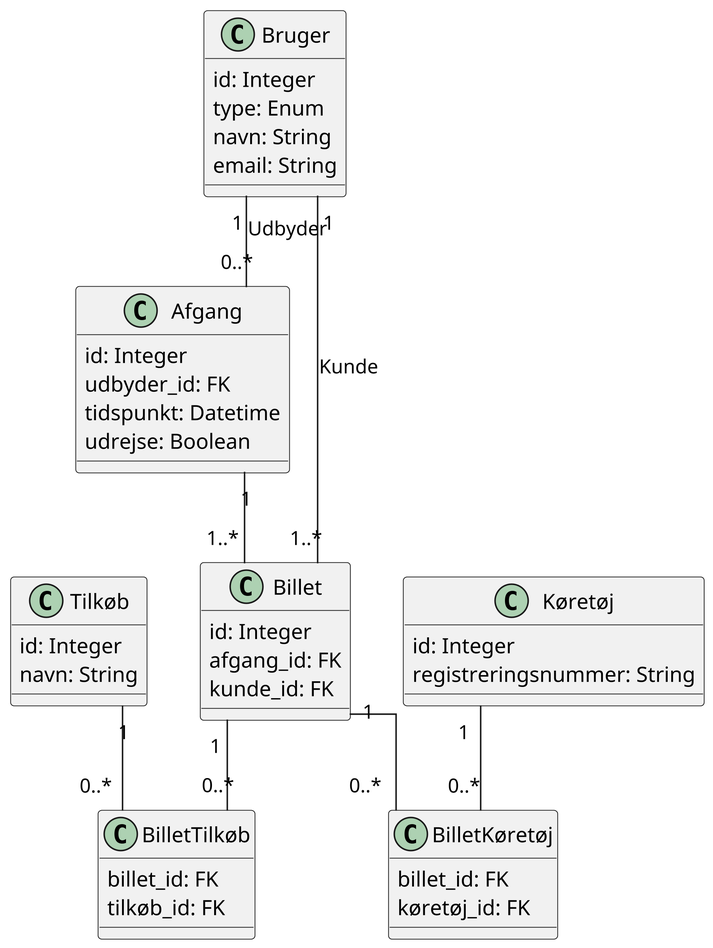
The PlantUML diagram documentation/data_model.png in marc8193/H6PD080126, before a commit. Source of this version:
```plantuml
@startuml
skinparam linetype ortho
skinparam dpi 400

class Bruger {
  id: Integer
  type: Enum
  navn: String
  email: String
}

class Afgang {
  id: Integer
  udbyder_id: FK
  tidspunkt: Datetime
  udrejse: Boolean
}

class Billet {
  id: Integer
  afgang_id: FK
  kunde_id: FK
}

class Tilkøb {
  id: Integer
  navn: String
}

class BilletTilkøb {
  billet_id: FK
  tilkøb_id: FK
}

class Køretøj {
  id: Integer
  registreringsnummer: String
}

class BilletKøretøj {
  billet_id: FK
  køretøj_id: FK
}

Bruger "1" -- "0..*" Afgang: Udbyder
Afgang "1" -- "1..*" Billet
Bruger "1" -- "1..*" Billet: Kunde

Billet "1" -- "0..*" BilletTilkøb
Tilkøb "1" -- "0..*" BilletTilkøb

Billet "1" -- "0..*" BilletKøretøj
Køretøj "1" -- "0..*" BilletKøretøj

@enduml
```
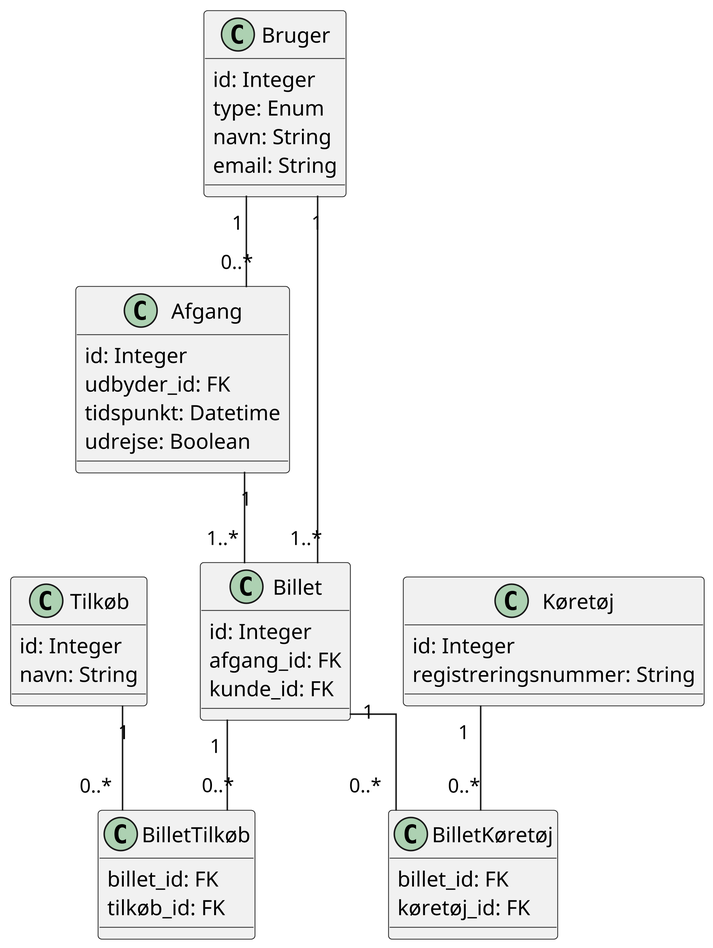
After the commit.

Commit message:
Poler datamodel diagram

The edit, as a diff of the source:
```diff
@@ -42,9 +42,9 @@
   køretøj_id: FK
 }
 
-Bruger "1" -- "0..*" Afgang: Udbyder
+Bruger "1" -- "0..*" Afgang
 Afgang "1" -- "1..*" Billet
-Bruger "1" -- "1..*" Billet: Kunde
+Bruger "1" -- "1..*" Billet
 
 Billet "1" -- "0..*" BilletTilkøb
 Tilkøb "1" -- "0..*" BilletTilkøb
```
